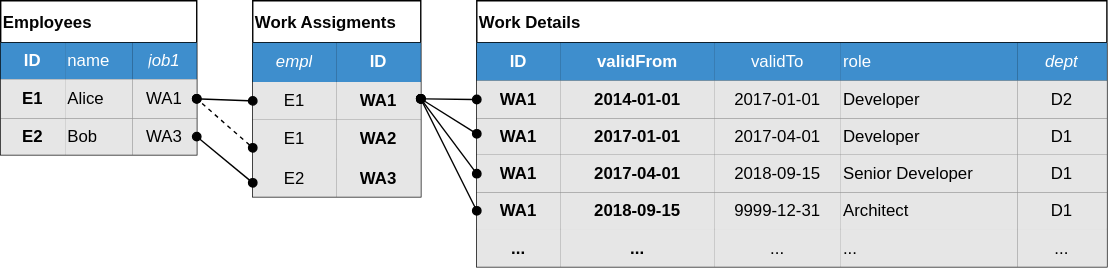
The draw.io diagram guides/assets/temporal-data/temporal-details.drawio.svg in cap-js/docs, before a commit. Source tidied: cells renumbered, new cells last; positions are measured from the earlier drawing's top-left corner, leaving out a move shared by most shapes.
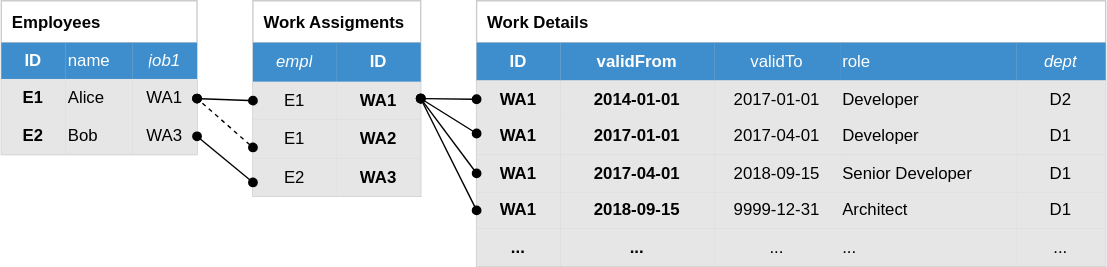
After the commit.

What changed in the source:
```diff
@@ -2,7 +2,7 @@
   <root>
     <mxCell id="0" />
     <mxCell id="1" parent="0" />
-    <mxCell id="2" value="Employees" style="shape=table;startSize=30;align=left;verticalAlign=middle;fillColor=#FFFFFF;fontColor=#030303;labelBackgroundColor=none;labelBorderColor=none;fontStyle=1;" parent="1" vertex="1">
+    <mxCell id="2" value="Employees" style="shape=table;startSize=30;align=left;verticalAlign=middle;fillColor=#FFFFFF;fontColor=#030303;labelBackgroundColor=none;labelBorderColor=none;fontStyle=1;spacing=8;strokeColor=#cccccc;" parent="1" vertex="1">
       <mxGeometry width="140" height="110" as="geometry" />
     </mxCell>
     <mxCell id="3" style="shape=tableRow;horizontal=0;startSize=0;swimlaneHead=0;swimlaneBody=0;top=0;left=0;bottom=0;right=0;fillColor=none;" parent="2" vertex="1">
@@ -41,7 +41,7 @@
     <mxCell id="14" value="WA3" style="shape=partialRectangle;html=1;whiteSpace=wrap;overflow=hidden;fillColor=#E6E6E6;top=0;left=0;bottom=0;right=0;align=center;" parent="11" vertex="1">
       <mxGeometry x="94" width="46" height="26" as="geometry" />
     </mxCell>
-    <mxCell id="15" value="Work Assigments" style="shape=table;startSize=30;align=left;verticalAlign=middle;fillColor=#FFFFFF;fontColor=#030303;labelBackgroundColor=none;labelBorderColor=none;fontStyle=1;" parent="1" vertex="1">
+    <mxCell id="15" value="Work Assigments" style="shape=table;startSize=30;align=left;verticalAlign=middle;fillColor=#FFFFFF;fontColor=#030303;labelBackgroundColor=none;labelBorderColor=none;fontStyle=1;spacing=8;strokeColor=#cccccc;" parent="1" vertex="1">
       <mxGeometry x="180" width="120" height="140" as="geometry" />
     </mxCell>
     <mxCell id="16" style="shape=tableRow;horizontal=0;startSize=0;swimlaneHead=0;swimlaneBody=0;top=0;left=0;bottom=0;right=0;fillColor=none;" parent="15" vertex="1">
@@ -80,7 +80,7 @@
     <mxCell id="27" value="WA3" style="shape=partialRectangle;html=1;whiteSpace=wrap;overflow=hidden;fillColor=#E6E6E6;top=0;left=0;bottom=0;right=0;align=center;fontStyle=1;" parent="25" vertex="1">
       <mxGeometry x="60" width="60" height="27" as="geometry" />
     </mxCell>
-    <mxCell id="28" value="Work Details" style="shape=table;startSize=30;align=left;verticalAlign=middle;fillColor=#FFFFFF;fontColor=#030303;labelBackgroundColor=none;labelBorderColor=none;fontStyle=1;" parent="1" vertex="1">
+    <mxCell id="28" value="Work Details" style="shape=table;startSize=30;align=left;verticalAlign=middle;fillColor=#FFFFFF;fontColor=#030303;labelBackgroundColor=none;labelBorderColor=none;fontStyle=1;spacing=8;strokeColor=#cccccc;" parent="1" vertex="1">
       <mxGeometry x="340" width="450" height="190" as="geometry" />
     </mxCell>
     <mxCell id="29" style="shape=tableRow;horizontal=0;startSize=0;swimlaneHead=0;swimlaneBody=0;top=0;left=0;bottom=0;right=0;fillColor=none;" parent="28" vertex="1">
```
